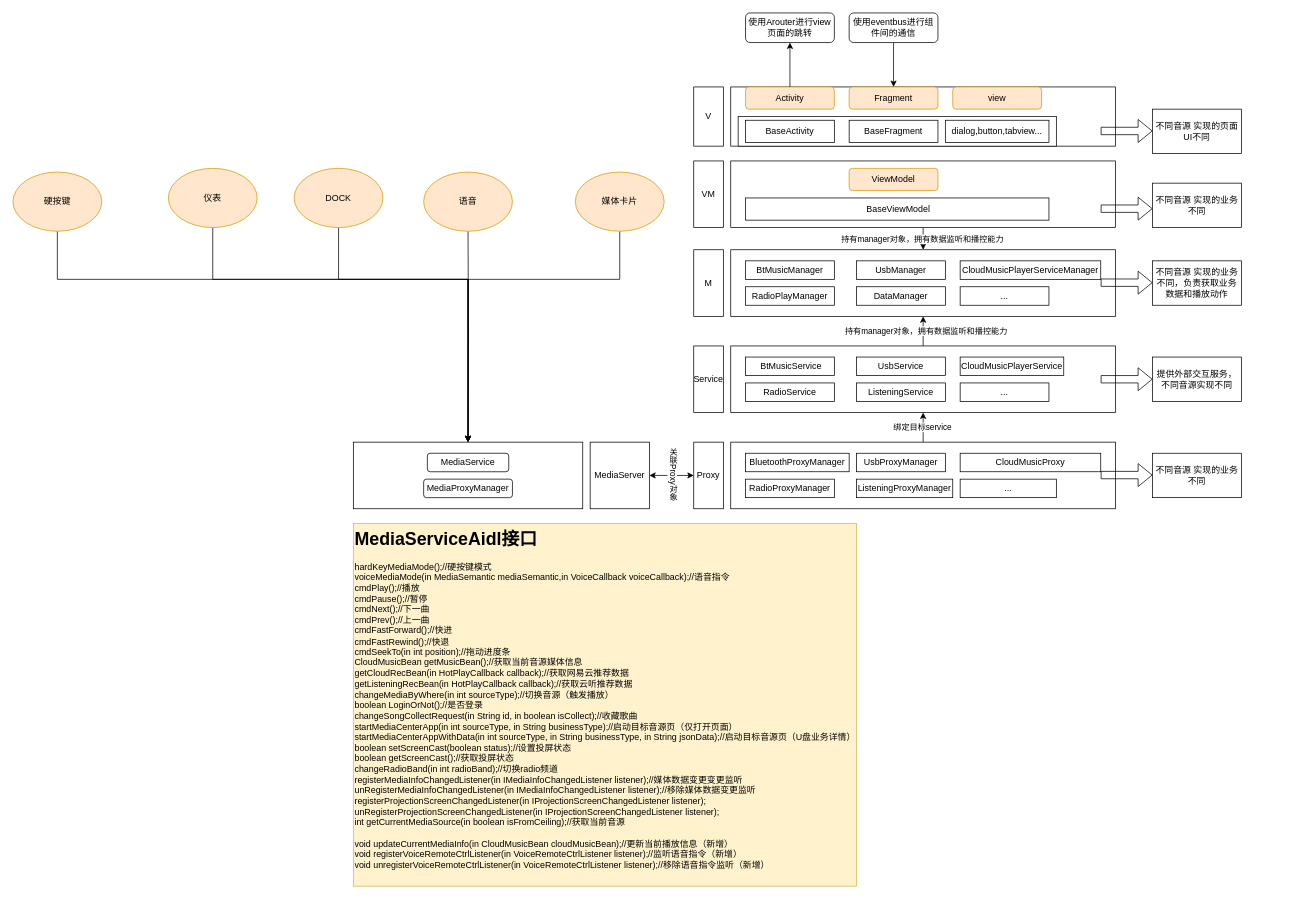
Earlier version of the draw.io diagram page "MediaCenter重构" (2 of 14) of 未命名绘图.drawio (NewPlayerAndroid/Latest-Interview). Source tidied: cells renumbered, new cells numbered last; positions are measured from the earlier drawing's top-left corner, leaving out a move shared by most shapes. Both pictures are drawn from the tidied source at 74%, with x=0, y=0 at pixel (13, 13).
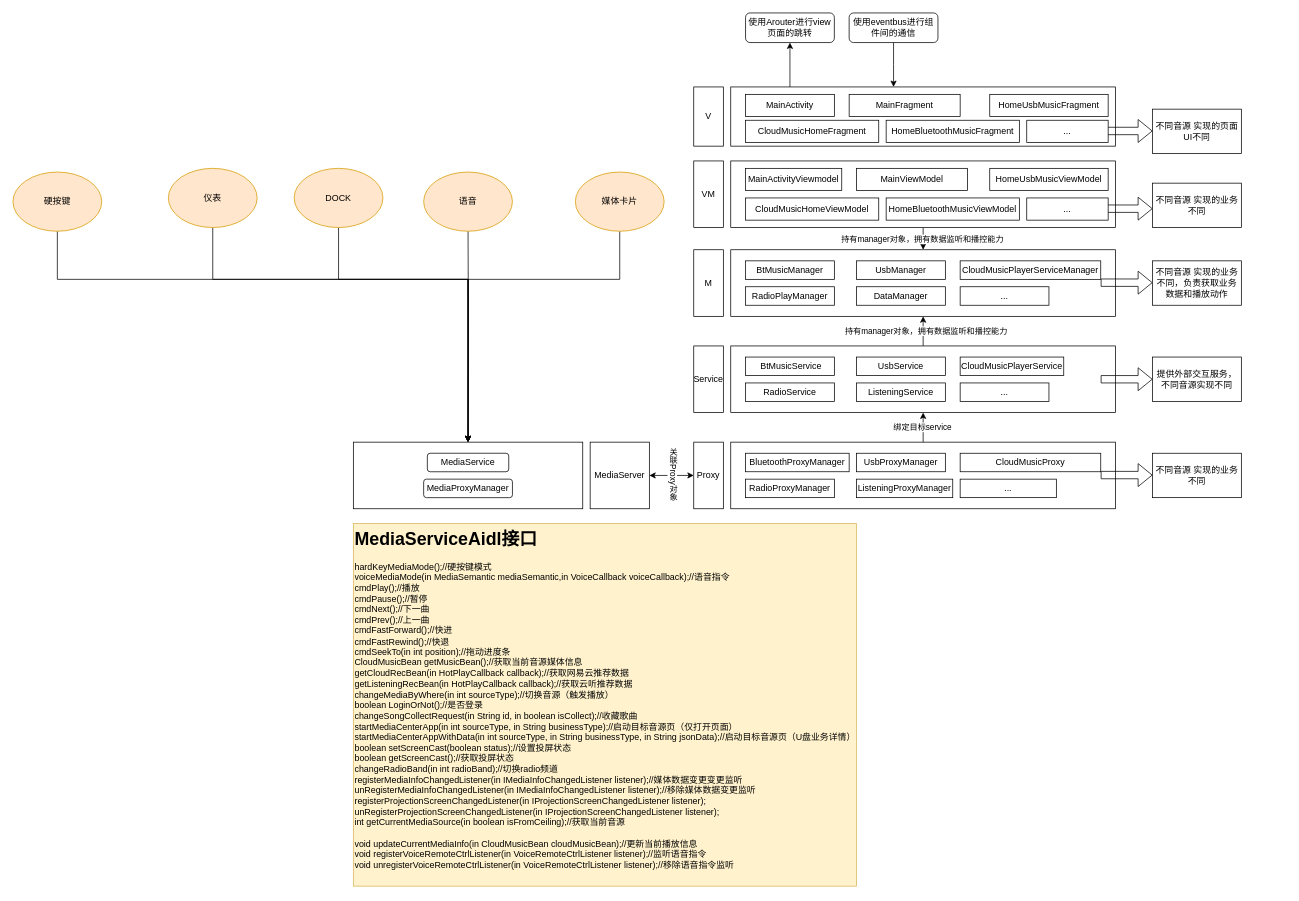
The same diagram, later.

Commit message:
更新未命名绘图.drawio

Unchanged cells that the change refers to:
```xml
<mxCell id="36" value="使用eventbus进行组件间的通信" style="rounded=1;whiteSpace=wrap;html=1;" parent="1" vertex="1">
  <mxGeometry x="1130" width="120" height="40" as="geometry" />
</mxCell>
```

Diff of the diagram source:
```diff
@@
-    <mxCell id="6" value="Activity" style="rounded=1;whiteSpace=wrap;html=1;fillColor=#ffe6cc;strokeColor=#d79b00;" parent="1" vertex="1">
-      <mxGeometry x="990" y="100" width="120" height="30" as="geometry" />
-    </mxCell>
-    <mxCell id="7" value="Fragment" style="rounded=1;whiteSpace=wrap;html=1;fillColor=#ffe6cc;strokeColor=#d79b00;" parent="1" vertex="1">
-      <mxGeometry x="1130" y="100" width="120" height="30" as="geometry" />
-    </mxCell>
-    <mxCell id="8" value="view" style="rounded=1;whiteSpace=wrap;html=1;fillColor=#ffe6cc;strokeColor=#d79b00;" parent="1" vertex="1">
-      <mxGeometry x="1270" y="100" width="120" height="30" as="geometry" />
-    </mxCell>
-    <mxCell id="9" style="rounded=0;whiteSpace=wrap;html=1;" parent="1" vertex="1">
-      <mxGeometry x="980" y="140" width="430" height="40" as="geometry" />
-    </mxCell>
-    <mxCell id="10" value="BaseActivity" style="rounded=0;whiteSpace=wrap;html=1;" parent="1" vertex="1">
-      <mxGeometry x="990" y="145" width="120" height="30" as="geometry" />
+    <mxCell id="10" value="HomeBluetoothMusicFragment" style="rounded=0;whiteSpace=wrap;html=1;" parent="1" vertex="1">
+      <mxGeometry x="1180" y="145" width="180" height="30" as="geometry" />
     </mxCell>
-    <mxCell id="11" value="BaseFragment" style="rounded=0;whiteSpace=wrap;html=1;" parent="1" vertex="1">
-      <mxGeometry x="1130" y="145" width="120" height="30" as="geometry" />
-    </mxCell>
-    <mxCell id="12" value="dialog,button,tabview..." style="rounded=0;whiteSpace=wrap;html=1;" parent="1" vertex="1">
-      <mxGeometry x="1260" y="145" width="140" height="30" as="geometry" />
-    </mxCell>
@@
-    <mxCell id="19" value="ViewModel" style="rounded=1;whiteSpace=wrap;html=1;fillColor=#ffe6cc;strokeColor=#d79b00;" parent="1" vertex="1">
-      <mxGeometry x="1130" y="210" width="120" height="30" as="geometry" />
-    </mxCell>
-    <mxCell id="20" value="&amp;nbsp;BaseViewModel" style="rounded=0;whiteSpace=wrap;html=1;" parent="1" vertex="1">
-      <mxGeometry x="990" y="250" width="410" height="30" as="geometry" />
-    </mxCell>
@@
-    <mxCell id="34" style="endArrow=classic;html=1;rounded=0;" parent="1" edge="1" source="6">
+    <mxCell id="34" style="endArrow=classic;html=1;rounded=0;" parent="1" edge="1">
       <mxGeometry relative="1" as="geometry">
+        <mxPoint x="1050" y="100" as="sourcePoint" />
         <mxPoint x="1050" y="40" as="targetPoint" />
       </mxGeometry>
     </mxCell>
-    <mxCell id="35" style="edgeStyle=orthogonalEdgeStyle;rounded=0;jettySize=auto;html=1;" parent="1" edge="1" source="36" target="7">
-      <mxGeometry relative="1" as="geometry" />
+    <mxCell id="35" style="edgeStyle=orthogonalEdgeStyle;rounded=0;jettySize=auto;html=1;" parent="1" edge="1" source="36">
+      <mxGeometry relative="1" as="geometry">
+        <mxPoint x="1190" y="100" as="targetPoint" />
+      </mxGeometry>
     </mxCell>
@@
-    <mxCell id="77" value="&lt;h1 style=&quot;margin-top: 0px;&quot;&gt;MediaServiceAidl接口&lt;/h1&gt;&lt;div&gt;hardKeyMediaMode();//硬按键模式&lt;/div&gt;&lt;div&gt;voiceMediaMode(in MediaSemantic mediaSemantic,in VoiceCallback voiceCallback);//语音指令&lt;/div&gt;&lt;div&gt;cmdPlay();//播放&lt;/div&gt;&lt;div&gt;cmdPause();//暂停&lt;/div&gt;&lt;div&gt;cmdNext();//下一曲&lt;/div&gt;&lt;div&gt;cmdPrev();//上一曲&lt;/div&gt;&lt;div&gt;cmdFastForward();//快进&lt;/div&gt;&lt;div&gt;cmdFastRewind();//快退&lt;/div&gt;&lt;div&gt;cmdSeekTo(in int position);//拖动进度条&lt;/div&gt;&lt;div&gt;CloudMusicBean getMusicBean();//获取当前音源媒体信息&lt;/div&gt;&lt;div&gt;getCloudRecBean(in HotPlayCallback callback);//获取网易云推荐数据&lt;/div&gt;&lt;div&gt;getListeningRecBean(in HotPlayCallback callback);//获取云听推荐数据&lt;/div&gt;&lt;div&gt;changeMediaByWhere(in int sourceType);//切换音源（触发播放）&lt;/div&gt;&lt;div&gt;boolean LoginOrNot();//是否登录&lt;/div&gt;&lt;div&gt;changeSongCollectRequest(in String id, in boolean isCollect);//收藏歌曲&lt;/div&gt;&lt;div&gt;startMediaCenterApp(in int sourceType, in String businessType);//启动目标音源页（仅打开页面）&lt;/div&gt;&lt;div&gt;startMediaCenterAppWithData(in int sourceType, in String businessType, in String jsonData);//启动目标音源页（U盘业务详情）&lt;/div&gt;&lt;div&gt;boolean setScreenCast(boolean status);//设置投屏状态&lt;/div&gt;&lt;div&gt;boolean getScreenCast();//获取投屏状态&lt;/div&gt;&lt;div&gt;changeRadioBand(in int radioBand);//切换radio频道&lt;/div&gt;&lt;div&gt;registerMediaInfoChangedListener(in IMediaInfoChangedListener listener);//媒体数据变更变更监听&lt;/div&gt;&lt;div&gt;unRegisterMediaInfoChangedListener(in IMediaInfoChangedListener listener);//移除媒体数据变更监听&lt;/div&gt;&lt;div&gt;registerProjectionScreenChangedListener(in IProjectionScreenChangedListener listener);&lt;/div&gt;&lt;div&gt;unRegisterProjectionScreenChangedListener(in IProjectionScreenChangedListener listener);&lt;/div&gt;&lt;div&gt;int getCurrentMediaSource(in boolean isFromCeiling);//获取当前音源&lt;/div&gt;&lt;div&gt;&lt;br&gt;&lt;/div&gt;&lt;div&gt;void updateCurrentMediaInfo(in CloudMusicBean cloudMusicBean);//更新当前播放信息（新增）&lt;/div&gt;&lt;div&gt;void registerVoiceRemoteCtrlListener(in VoiceRemoteCtrlListener listener);//监听语音指令（新增）&lt;/div&gt;&lt;div&gt;void unregisterVoiceRemoteCtrlListener(in VoiceRemoteCtrlListener listener);//移除语音指令监听（新增）&lt;/div&gt;" style="text;html=1;whiteSpace=wrap;overflow=hidden;rounded=0;fillColor=#fff2cc;strokeColor=#d6b656;" parent="1" vertex="1">
+    <mxCell id="77" value="&lt;h1 style=&quot;margin-top: 0px;&quot;&gt;MediaServiceAidl接口&lt;/h1&gt;&lt;div&gt;hardKeyMediaMode();//硬按键模式&lt;/div&gt;&lt;div&gt;voiceMediaMode(in MediaSemantic mediaSemantic,in VoiceCallback voiceCallback);//语音指令&lt;/div&gt;&lt;div&gt;cmdPlay();//播放&lt;/div&gt;&lt;div&gt;cmdPause();//暂停&lt;/div&gt;&lt;div&gt;cmdNext();//下一曲&lt;/div&gt;&lt;div&gt;cmdPrev();//上一曲&lt;/div&gt;&lt;div&gt;cmdFastForward();//快进&lt;/div&gt;&lt;div&gt;cmdFastRewind();//快退&lt;/div&gt;&lt;div&gt;cmdSeekTo(in int position);//拖动进度条&lt;/div&gt;&lt;div&gt;CloudMusicBean getMusicBean();//获取当前音源媒体信息&lt;/div&gt;&lt;div&gt;getCloudRecBean(in HotPlayCallback callback);//获取网易云推荐数据&lt;/div&gt;&lt;div&gt;getListeningRecBean(in HotPlayCallback callback);//获取云听推荐数据&lt;/div&gt;&lt;div&gt;changeMediaByWhere(in int sourceType);//切换音源（触发播放）&lt;/div&gt;&lt;div&gt;boolean LoginOrNot();//是否登录&lt;/div&gt;&lt;div&gt;changeSongCollectRequest(in String id, in boolean isCollect);//收藏歌曲&lt;/div&gt;&lt;div&gt;startMediaCenterApp(in int sourceType, in String businessType);//启动目标音源页（仅打开页面）&lt;/div&gt;&lt;div&gt;startMediaCenterAppWithData(in int sourceType, in String businessType, in String jsonData);//启动目标音源页（U盘业务详情）&lt;/div&gt;&lt;div&gt;boolean setScreenCast(boolean status);//设置投屏状态&lt;/div&gt;&lt;div&gt;boolean getScreenCast();//获取投屏状态&lt;/div&gt;&lt;div&gt;changeRadioBand(in int radioBand);//切换radio频道&lt;/div&gt;&lt;div&gt;registerMediaInfoChangedListener(in IMediaInfoChangedListener listener);//媒体数据变更变更监听&lt;/div&gt;&lt;div&gt;unRegisterMediaInfoChangedListener(in IMediaInfoChangedListener listener);//移除媒体数据变更监听&lt;/div&gt;&lt;div&gt;registerProjectionScreenChangedListener(in IProjectionScreenChangedListener listener);&lt;/div&gt;&lt;div&gt;unRegisterProjectionScreenChangedListener(in IProjectionScreenChangedListener listener);&lt;/div&gt;&lt;div&gt;int getCurrentMediaSource(in boolean isFromCeiling);//获取当前音源&lt;/div&gt;&lt;div&gt;&lt;br&gt;&lt;/div&gt;&lt;div&gt;void updateCurrentMediaInfo(in CloudMusicBean cloudMusicBean);//更新当前播放信息&lt;/div&gt;&lt;div&gt;void registerVoiceRemoteCtrlListener(in VoiceRemoteCtrlListener listener);//监听语音指令&lt;/div&gt;&lt;div&gt;void unregisterVoiceRemoteCtrlListener(in VoiceRemoteCtrlListener listener);//移除语音指令监听&lt;/div&gt;" style="text;html=1;whiteSpace=wrap;overflow=hidden;rounded=0;fillColor=#fff2cc;strokeColor=#d6b656;" parent="1" vertex="1">
       <mxGeometry x="460" y="690" width="680" height="490" as="geometry" />
     </mxCell>
+    <mxCell id="78" value="MainActivity" style="rounded=0;whiteSpace=wrap;html=1;" parent="1" vertex="1">
+      <mxGeometry x="990" y="110" width="120" height="30" as="geometry" />
+    </mxCell>
+    <mxCell id="79" value="HomeUsbMusicFragment" style="rounded=0;whiteSpace=wrap;html=1;" parent="1" vertex="1">
+      <mxGeometry x="1320" y="110" width="160" height="30" as="geometry" />
+    </mxCell>
+    <mxCell id="80" value="CloudMusicHomeFragment" style="rounded=0;whiteSpace=wrap;html=1;" parent="1" vertex="1">
+      <mxGeometry x="990" y="145" width="180" height="30" as="geometry" />
+    </mxCell>
+    <mxCell id="81" value="..." style="rounded=0;whiteSpace=wrap;html=1;" parent="1" vertex="1">
+      <mxGeometry x="1370" y="145" width="110" height="30" as="geometry" />
+    </mxCell>
+    <mxCell id="82" value="MainFragment" style="rounded=0;whiteSpace=wrap;html=1;" parent="1" vertex="1">
+      <mxGeometry x="1130" y="110" width="150" height="30" as="geometry" />
+    </mxCell>
+    <mxCell id="83" value="HomeBluetoothMusicViewModel" style="rounded=0;whiteSpace=wrap;html=1;" parent="1" vertex="1">
+      <mxGeometry x="1180" y="250" width="180" height="30" as="geometry" />
+    </mxCell>
+    <mxCell id="84" value="MainActivityViewmodel" style="rounded=0;whiteSpace=wrap;html=1;" parent="1" vertex="1">
+      <mxGeometry x="990" y="210" width="130" height="30" as="geometry" />
+    </mxCell>
+    <mxCell id="85" value="HomeUsbMusicViewModel" style="rounded=0;whiteSpace=wrap;html=1;" parent="1" vertex="1">
+      <mxGeometry x="1320" y="210" width="160" height="30" as="geometry" />
+    </mxCell>
+    <mxCell id="86" value="CloudMusicHomeViewModel" style="rounded=0;whiteSpace=wrap;html=1;" parent="1" vertex="1">
+      <mxGeometry x="990" y="250" width="180" height="30" as="geometry" />
+    </mxCell>
+    <mxCell id="87" value="..." style="rounded=0;whiteSpace=wrap;html=1;" parent="1" vertex="1">
+      <mxGeometry x="1370" y="250" width="110" height="30" as="geometry" />
+    </mxCell>
+    <mxCell id="88" value="MainViewModel" style="rounded=0;whiteSpace=wrap;html=1;" parent="1" vertex="1">
+      <mxGeometry x="1140" y="210" width="150" height="30" as="geometry" />
+    </mxCell>
```
